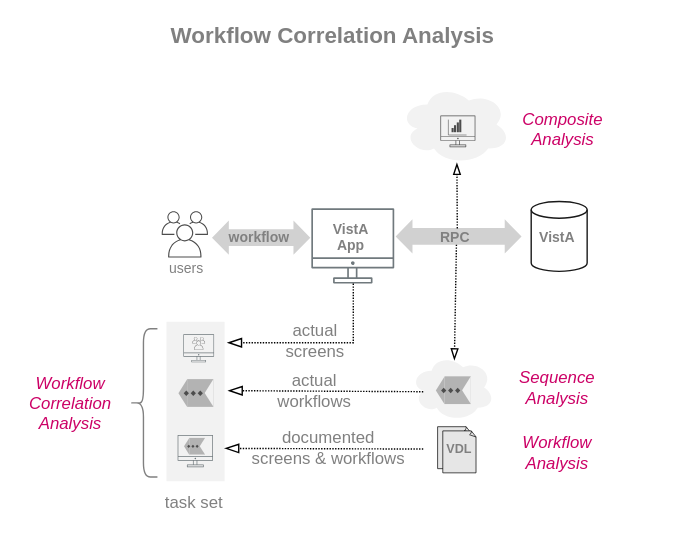
Earlier version of the draw.io export img/workflow-correlation.svg (cloudvista/vaa). Source tidied: cells renumbered, new cells last; positions are measured from the earlier drawing's top-left corner, leaving out a move shared by most shapes.
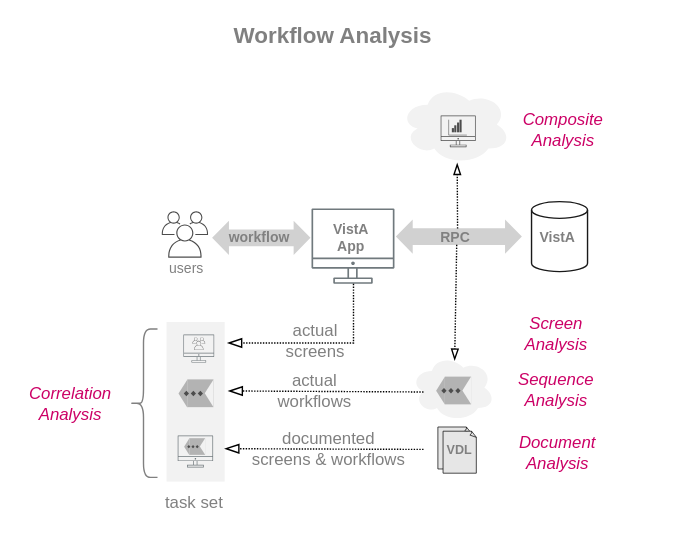
After the change.

Change to the diagram source:
```diff
@@ -35,7 +35,7 @@
     <mxCell id="12" value="&lt;i&gt;Composite&lt;br&gt;Analysis&lt;br&gt;&lt;/i&gt;" style="text;strokeColor=none;align=center;fillColor=none;html=1;verticalAlign=middle;whiteSpace=wrap;rounded=0;fontColor=#CC0066;" parent="1" vertex="1">
       <mxGeometry x="366.9" y="77" width="70.2" height="30" as="geometry" />
     </mxCell>
-    <mxCell id="13" value="&lt;i&gt;Workflow&lt;br&gt;Analysis&lt;/i&gt;" style="text;strokeColor=none;align=center;fillColor=none;html=1;verticalAlign=middle;whiteSpace=wrap;rounded=0;fontColor=#CC0066;" parent="1" vertex="1">
+    <mxCell id="13" value="&lt;i&gt;Document&lt;br&gt;Analysis&lt;/i&gt;" style="text;strokeColor=none;align=center;fillColor=none;html=1;verticalAlign=middle;whiteSpace=wrap;rounded=0;fontColor=#CC0066;" parent="1" vertex="1">
       <mxGeometry x="368.1" y="307.5" width="60" height="30" as="geometry" />
     </mxCell>
     <mxCell id="14" style="endArrow=blockThin;html=1;fontSize=10;dashed=1;dashPattern=1 1;endFill=0;startArrow=none;" parent="1" edge="1">
@@ -49,11 +49,11 @@
         <mxPoint x="325.7" y="174.4" as="sourcePoint" />
       </mxGeometry>
     </mxCell>
-    <mxCell id="16" value="&lt;i&gt;Workflow&lt;br&gt;Correlation&lt;br&gt;Analysis&lt;/i&gt;" style="text;strokeColor=none;align=center;fillColor=none;html=1;verticalAlign=middle;whiteSpace=wrap;rounded=0;fontColor=#CC0066;" parent="1" vertex="1">
+    <mxCell id="16" value="&lt;i&gt;Correlation&lt;br&gt;Analysis&lt;/i&gt;" style="text;strokeColor=none;align=center;fillColor=none;html=1;verticalAlign=middle;whiteSpace=wrap;rounded=0;fontColor=#CC0066;" parent="1" vertex="1">
       <mxGeometry x="20" y="272.5" width="60" height="30" as="geometry" />
     </mxCell>
     <mxCell id="17" value="&lt;i&gt;Sequence&lt;br&gt;Analysis&lt;/i&gt;" style="text;strokeColor=none;align=center;fillColor=none;html=1;verticalAlign=middle;whiteSpace=wrap;rounded=0;fontColor=#CC0066;" parent="1" vertex="1">
-      <mxGeometry x="368.1" y="261.5" width="60" height="30" as="geometry" />
+      <mxGeometry x="367.1" y="262.5" width="60" height="30" as="geometry" />
     </mxCell>
     <mxCell id="18" style="edgeStyle=elbowEdgeStyle;elbow=vertical;endArrow=blockThin;html=1;curved=0;rounded=0;endSize=8;startSize=8;dashed=1;dashPattern=1 1;fontSize=10;endFill=0;startArrow=none;startFill=0;" parent="1" edge="1" source="6">
       <mxGeometry relative="1" as="geometry">
@@ -217,8 +217,11 @@
         <mxPoint x="320" y="96" as="targetPoint" />
       </mxGeometry>
     </mxCell>
-    <mxCell id="64" value="&lt;font style=&quot;font-size: 16px;&quot;&gt;&lt;b style=&quot;&quot;&gt;Workflow Correlation Analysis&lt;/b&gt;&lt;/font&gt;" style="text;html=1;align=center;verticalAlign=middle;strokeColor=none;fillColor=none;fontColor=#808080;" parent="1" vertex="1">
-      <mxGeometry x="112.3" y="10" width="250" height="30" as="geometry" />
+    <mxCell id="64" value="&lt;font style=&quot;font-size: 16px;&quot;&gt;&lt;b style=&quot;&quot;&gt;Workflow Analysis&lt;/b&gt;&lt;/font&gt;" style="text;html=1;align=center;verticalAlign=middle;strokeColor=none;fillColor=none;fontColor=#808080;" parent="1" vertex="1">
+      <mxGeometry x="157.3" y="10" width="160" height="30" as="geometry" />
     </mxCell>
+    <mxCell id="65" value="&lt;i&gt;Screen&lt;br&gt;Analysis&lt;/i&gt;" style="text;strokeColor=none;align=center;fillColor=none;html=1;verticalAlign=middle;whiteSpace=wrap;rounded=0;fontColor=#CC0066;" parent="1" vertex="1">
+      <mxGeometry x="367.2" y="222.5" width="60" height="30" as="geometry" />
+    </mxCell>
   </root>
 </mxGraphModel>
```
